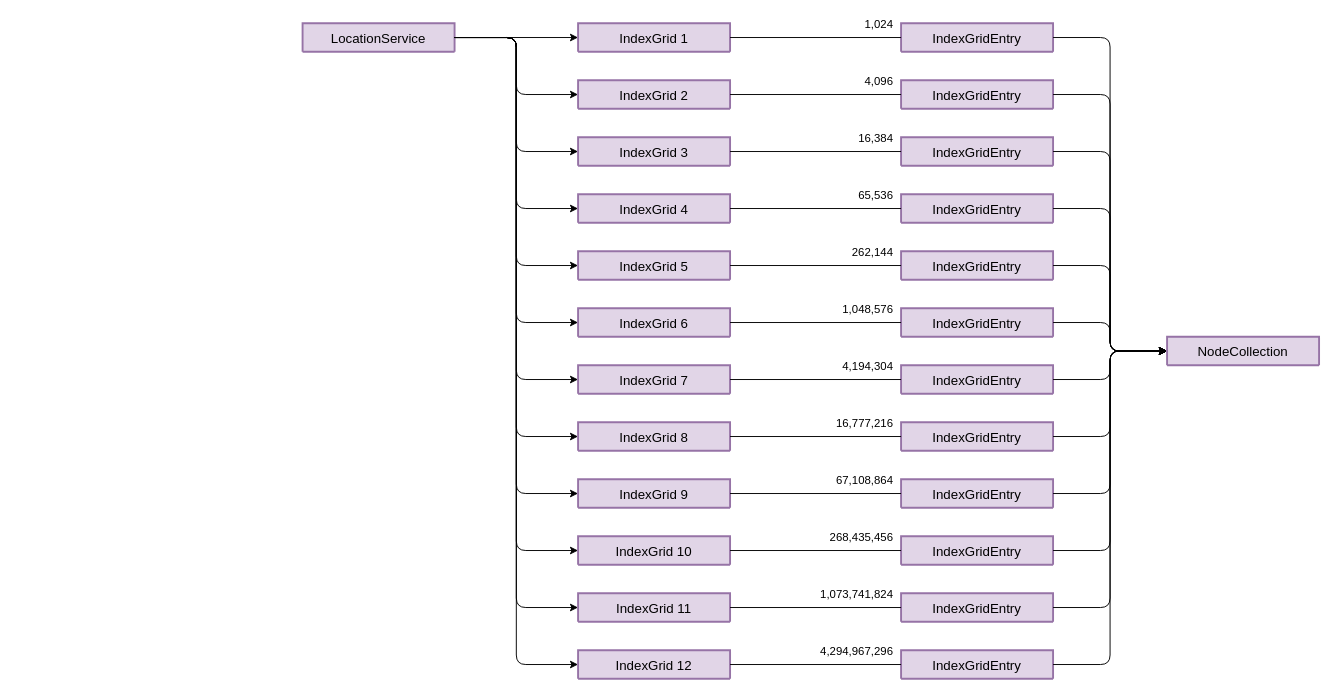
gartenkralle/geolocation-services-doc keeps this draw.io diagram as page "quad-tree" (4 of 4) of _images/architecture.drawio. Above is the earlier version. Source tidied: cells renumbered, new cells numbered last; positions are measured from the earlier drawing's top-left corner, leaving out a move shared by most shapes. Both pictures are drawn from the tidied source at 95%, with x=0, y=0 at pixel (302, 23).
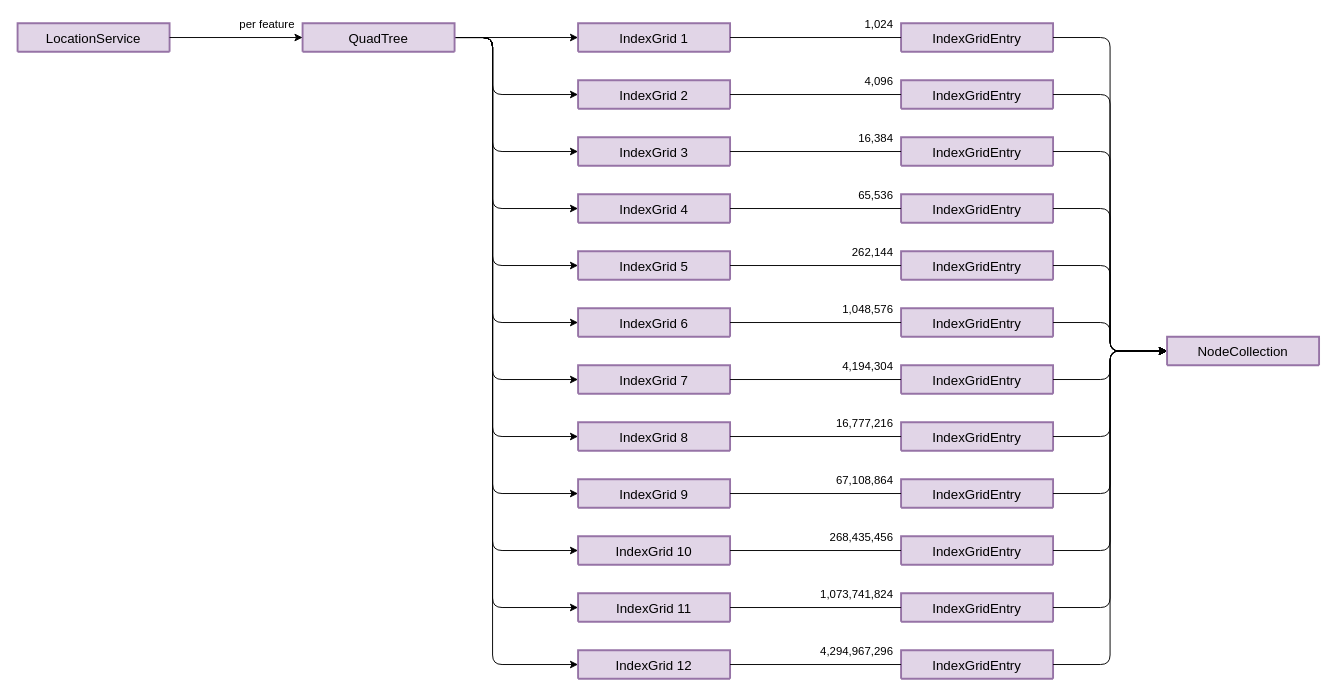
The same page after the edit.

The change refers to these unchanged cells:
```xml
<mxCell id="2" value="IndexGrid 1" style="swimlane;horizontal=1;startSize=30;rounded=1;fontSize=14;fontStyle=0;strokeWidth=2;shadow=0;dashed=0;align=center;fillColor=#e1d5e7;strokeColor=#9673a6;" parent="1" vertex="1">
  <mxGeometry x="290" width="160" height="30" as="geometry" />
</mxCell>
<mxCell id="6" value="IndexGrid 2" style="swimlane;horizontal=1;startSize=30;rounded=1;fontSize=14;fontStyle=0;strokeWidth=2;shadow=0;dashed=0;align=center;fillColor=#e1d5e7;strokeColor=#9673a6;" parent="1" vertex="1">
  <mxGeometry x="290" y="60" width="160" height="30" as="geometry" />
</mxCell>
<mxCell id="10" value="IndexGrid 3" style="swimlane;horizontal=1;startSize=30;rounded=1;fontSize=14;fontStyle=0;strokeWidth=2;shadow=0;dashed=0;align=center;fillColor=#e1d5e7;strokeColor=#9673a6;" parent="1" vertex="1">
  <mxGeometry x="290" y="120" width="160" height="30" as="geometry" />
</mxCell>
<mxCell id="14" value="IndexGrid 4" style="swimlane;horizontal=1;startSize=30;rounded=1;fontSize=14;fontStyle=0;strokeWidth=2;shadow=0;dashed=0;align=center;fillColor=#e1d5e7;strokeColor=#9673a6;" parent="1" vertex="1">
  <mxGeometry x="290" y="180" width="160" height="30" as="geometry" />
</mxCell>
<mxCell id="18" value="IndexGrid 5" style="swimlane;horizontal=1;startSize=30;rounded=1;fontSize=14;fontStyle=0;strokeWidth=2;shadow=0;dashed=0;align=center;fillColor=#e1d5e7;strokeColor=#9673a6;" parent="1" vertex="1">
  <mxGeometry x="290" y="240" width="160" height="30" as="geometry" />
</mxCell>
<mxCell id="22" value="IndexGrid 6" style="swimlane;horizontal=1;startSize=30;rounded=1;fontSize=14;fontStyle=0;strokeWidth=2;shadow=0;dashed=0;align=center;fillColor=#e1d5e7;strokeColor=#9673a6;" parent="1" vertex="1">
  <mxGeometry x="290" y="300" width="160" height="30" as="geometry" />
</mxCell>
<mxCell id="26" value="IndexGrid 7" style="swimlane;horizontal=1;startSize=30;rounded=1;fontSize=14;fontStyle=0;strokeWidth=2;shadow=0;dashed=0;align=center;fillColor=#e1d5e7;strokeColor=#9673a6;" parent="1" vertex="1">
  <mxGeometry x="290" y="360" width="160" height="30" as="geometry" />
</mxCell>
<mxCell id="30" value="IndexGrid 8" style="swimlane;horizontal=1;startSize=30;rounded=1;fontSize=14;fontStyle=0;strokeWidth=2;shadow=0;dashed=0;align=center;fillColor=#e1d5e7;strokeColor=#9673a6;" parent="1" vertex="1">
  <mxGeometry x="290" y="420" width="160" height="30" as="geometry" />
</mxCell>
<mxCell id="34" value="IndexGrid 9" style="swimlane;horizontal=1;startSize=30;rounded=1;fontSize=14;fontStyle=0;strokeWidth=2;shadow=0;dashed=0;align=center;fillColor=#e1d5e7;strokeColor=#9673a6;" parent="1" vertex="1">
  <mxGeometry x="290" y="480" width="160" height="30" as="geometry" />
</mxCell>
<mxCell id="38" value="IndexGrid 10" style="swimlane;horizontal=1;startSize=30;rounded=1;fontSize=14;fontStyle=0;strokeWidth=2;shadow=0;dashed=0;align=center;fillColor=#e1d5e7;strokeColor=#9673a6;" parent="1" vertex="1">
  <mxGeometry x="290" y="540" width="160" height="30" as="geometry" />
</mxCell>
<mxCell id="42" value="IndexGrid 11" style="swimlane;horizontal=1;startSize=30;rounded=1;fontSize=14;fontStyle=0;strokeWidth=2;shadow=0;dashed=0;align=center;fillColor=#e1d5e7;strokeColor=#9673a6;" parent="1" vertex="1">
  <mxGeometry x="290" y="600" width="160" height="30" as="geometry" />
</mxCell>
<mxCell id="46" value="IndexGrid 12" style="swimlane;horizontal=1;startSize=30;rounded=1;fontSize=14;fontStyle=0;strokeWidth=2;shadow=0;dashed=0;align=center;fillColor=#e1d5e7;strokeColor=#9673a6;" parent="1" vertex="1">
  <mxGeometry x="290" y="660" width="160" height="30" as="geometry" />
</mxCell>
```

Diff of the diagram source:
```diff
@@
     <mxCell id="50" value="LocationService" style="swimlane;horizontal=1;startSize=30;rounded=1;fontSize=14;fontStyle=0;strokeWidth=2;shadow=0;dashed=0;align=center;fillColor=#e1d5e7;strokeColor=#9673a6;" parent="1" vertex="1">
-      <mxGeometry width="160" height="30" as="geometry" />
+      <mxGeometry x="-300" width="160" height="30" as="geometry" />
     </mxCell>
-    <mxCell id="51" style="endArrow=classic;html=1;rounded=0;exitX=1;exitY=0.5;exitDx=0;exitDy=0;entryX=0;entryY=0.5;entryDx=0;entryDy=0;" parent="1" edge="1" source="50" target="2">
+    <mxCell id="51" style="endArrow=classic;html=1;rounded=0;exitX=1;exitY=0.5;exitDx=0;exitDy=0;entryX=0;entryY=0.5;entryDx=0;entryDy=0;" parent="1" edge="1" source="76" target="2">
       <mxGeometry relative="1" as="geometry" />
     </mxCell>
-    <mxCell id="52" style="endArrow=classic;html=1;rounded=1;exitX=1;exitY=0.5;exitDx=0;exitDy=0;entryX=0;entryY=0.5;entryDx=0;entryDy=0;edgeStyle=orthogonalEdgeStyle;" parent="1" edge="1" source="50" target="6">
-      <mxGeometry relative="1" as="geometry" />
+    <mxCell id="52" style="endArrow=classic;html=1;rounded=1;exitX=1;exitY=0.5;exitDx=0;exitDy=0;entryX=0;entryY=0.5;entryDx=0;entryDy=0;edgeStyle=orthogonalEdgeStyle;" parent="1" edge="1" source="76" target="6">
+      <mxGeometry relative="1" as="geometry">
+        <Array as="points">
+          <mxPoint x="200" y="15" />
+          <mxPoint x="200" y="75" />
+        </Array>
+      </mxGeometry>
     </mxCell>
-    <mxCell id="53" style="endArrow=classic;html=1;rounded=1;entryX=0;entryY=0.5;entryDx=0;entryDy=0;exitX=1;exitY=0.5;exitDx=0;exitDy=0;edgeStyle=orthogonalEdgeStyle;" parent="1" edge="1" source="50" target="10">
-      <mxGeometry relative="1" as="geometry" />
+    <mxCell id="53" style="endArrow=classic;html=1;rounded=1;entryX=0;entryY=0.5;entryDx=0;entryDy=0;exitX=1;exitY=0.5;exitDx=0;exitDy=0;edgeStyle=orthogonalEdgeStyle;" parent="1" edge="1" source="76" target="10">
+      <mxGeometry relative="1" as="geometry">
+        <Array as="points">
+          <mxPoint x="200" y="15" />
+          <mxPoint x="200" y="135" />
+        </Array>
+      </mxGeometry>
     </mxCell>
-    <mxCell id="54" style="endArrow=classic;html=1;rounded=1;entryX=0;entryY=0.5;entryDx=0;entryDy=0;exitX=1;exitY=0.5;exitDx=0;exitDy=0;edgeStyle=orthogonalEdgeStyle;" parent="1" edge="1" source="50" target="14">
-      <mxGeometry relative="1" as="geometry" />
+    <mxCell id="54" style="endArrow=classic;html=1;rounded=1;entryX=0;entryY=0.5;entryDx=0;entryDy=0;exitX=1;exitY=0.5;exitDx=0;exitDy=0;edgeStyle=orthogonalEdgeStyle;" parent="1" edge="1" source="76" target="14">
+      <mxGeometry relative="1" as="geometry">
+        <Array as="points">
+          <mxPoint x="200" y="15" />
+          <mxPoint x="200" y="195" />
+        </Array>
+      </mxGeometry>
     </mxCell>
-    <mxCell id="55" style="endArrow=classic;html=1;rounded=1;entryX=0;entryY=0.5;entryDx=0;entryDy=0;exitX=1;exitY=0.5;exitDx=0;exitDy=0;edgeStyle=orthogonalEdgeStyle;" parent="1" edge="1" source="50" target="18">
-      <mxGeometry relative="1" as="geometry" />
+    <mxCell id="55" style="endArrow=classic;html=1;rounded=1;entryX=0;entryY=0.5;entryDx=0;entryDy=0;exitX=1;exitY=0.5;exitDx=0;exitDy=0;edgeStyle=orthogonalEdgeStyle;" parent="1" edge="1" source="76" target="18">
+      <mxGeometry relative="1" as="geometry">
+        <Array as="points">
+          <mxPoint x="200" y="15" />
+          <mxPoint x="200" y="255" />
+        </Array>
+      </mxGeometry>
     </mxCell>
-    <mxCell id="56" style="endArrow=classic;html=1;rounded=1;entryX=0;entryY=0.5;entryDx=0;entryDy=0;exitX=1;exitY=0.5;exitDx=0;exitDy=0;edgeStyle=orthogonalEdgeStyle;" parent="1" edge="1" source="50" target="22">
-      <mxGeometry relative="1" as="geometry" />
+    <mxCell id="56" style="endArrow=classic;html=1;rounded=1;entryX=0;entryY=0.5;entryDx=0;entryDy=0;exitX=1;exitY=0.5;exitDx=0;exitDy=0;edgeStyle=orthogonalEdgeStyle;" parent="1" edge="1" source="76" target="22">
+      <mxGeometry relative="1" as="geometry">
+        <Array as="points">
+          <mxPoint x="200" y="15" />
+          <mxPoint x="200" y="315" />
+        </Array>
+      </mxGeometry>
     </mxCell>
-    <mxCell id="57" style="endArrow=classic;html=1;rounded=1;entryX=0;entryY=0.5;entryDx=0;entryDy=0;exitX=1;exitY=0.5;exitDx=0;exitDy=0;edgeStyle=orthogonalEdgeStyle;" parent="1" edge="1" source="50" target="26">
-      <mxGeometry relative="1" as="geometry" />
+    <mxCell id="57" style="endArrow=classic;html=1;rounded=1;entryX=0;entryY=0.5;entryDx=0;entryDy=0;exitX=1;exitY=0.5;exitDx=0;exitDy=0;edgeStyle=orthogonalEdgeStyle;" parent="1" edge="1" source="76" target="26">
+      <mxGeometry relative="1" as="geometry">
+        <Array as="points">
+          <mxPoint x="200" y="15" />
+          <mxPoint x="200" y="375" />
+        </Array>
+      </mxGeometry>
     </mxCell>
-    <mxCell id="58" style="endArrow=classic;html=1;rounded=1;entryX=0;entryY=0.5;entryDx=0;entryDy=0;exitX=1;exitY=0.5;exitDx=0;exitDy=0;edgeStyle=orthogonalEdgeStyle;" parent="1" edge="1" source="50" target="30">
-      <mxGeometry relative="1" as="geometry" />
+    <mxCell id="58" style="endArrow=classic;html=1;rounded=1;entryX=0;entryY=0.5;entryDx=0;entryDy=0;exitX=1;exitY=0.5;exitDx=0;exitDy=0;edgeStyle=orthogonalEdgeStyle;" parent="1" edge="1" source="76" target="30">
+      <mxGeometry relative="1" as="geometry">
+        <Array as="points">
+          <mxPoint x="200" y="15" />
+          <mxPoint x="200" y="435" />
+        </Array>
+      </mxGeometry>
     </mxCell>
-    <mxCell id="59" style="endArrow=classic;html=1;rounded=1;entryX=0;entryY=0.5;entryDx=0;entryDy=0;exitX=1;exitY=0.5;exitDx=0;exitDy=0;edgeStyle=orthogonalEdgeStyle;" parent="1" edge="1" source="50" target="34">
-      <mxGeometry relative="1" as="geometry" />
+    <mxCell id="59" style="endArrow=classic;html=1;rounded=1;entryX=0;entryY=0.5;entryDx=0;entryDy=0;exitX=1;exitY=0.5;exitDx=0;exitDy=0;edgeStyle=orthogonalEdgeStyle;" parent="1" edge="1" source="76" target="34">
+      <mxGeometry relative="1" as="geometry">
+        <Array as="points">
+          <mxPoint x="200" y="15" />
+          <mxPoint x="200" y="495" />
+        </Array>
+      </mxGeometry>
     </mxCell>
-    <mxCell id="60" style="endArrow=classic;html=1;rounded=1;entryX=0;entryY=0.5;entryDx=0;entryDy=0;exitX=1;exitY=0.5;exitDx=0;exitDy=0;edgeStyle=orthogonalEdgeStyle;" parent="1" edge="1" source="50" target="38">
-      <mxGeometry relative="1" as="geometry" />
+    <mxCell id="60" style="endArrow=classic;html=1;rounded=1;entryX=0;entryY=0.5;entryDx=0;entryDy=0;exitX=1;exitY=0.5;exitDx=0;exitDy=0;edgeStyle=orthogonalEdgeStyle;" parent="1" edge="1" source="76" target="38">
+      <mxGeometry relative="1" as="geometry">
+        <Array as="points">
+          <mxPoint x="200" y="15" />
+          <mxPoint x="200" y="555" />
+        </Array>
+      </mxGeometry>
     </mxCell>
-    <mxCell id="61" style="endArrow=classic;html=1;rounded=1;entryX=0;entryY=0.5;entryDx=0;entryDy=0;exitX=1;exitY=0.5;exitDx=0;exitDy=0;edgeStyle=orthogonalEdgeStyle;" parent="1" edge="1" source="50" target="42">
-      <mxGeometry relative="1" as="geometry" />
+    <mxCell id="61" style="endArrow=classic;html=1;rounded=1;entryX=0;entryY=0.5;entryDx=0;entryDy=0;exitX=1;exitY=0.5;exitDx=0;exitDy=0;edgeStyle=orthogonalEdgeStyle;" parent="1" edge="1" source="76" target="42">
+      <mxGeometry relative="1" as="geometry">
+        <Array as="points">
+          <mxPoint x="200" y="15" />
+          <mxPoint x="200" y="615" />
+        </Array>
+      </mxGeometry>
     </mxCell>
-    <mxCell id="62" style="endArrow=classic;html=1;rounded=1;entryX=0;entryY=0.5;entryDx=0;entryDy=0;exitX=1;exitY=0.5;exitDx=0;exitDy=0;edgeStyle=orthogonalEdgeStyle;" parent="1" edge="1" source="50" target="46">
-      <mxGeometry relative="1" as="geometry" />
+    <mxCell id="62" style="endArrow=classic;html=1;rounded=1;entryX=0;entryY=0.5;entryDx=0;entryDy=0;exitX=1;exitY=0.5;exitDx=0;exitDy=0;edgeStyle=orthogonalEdgeStyle;" parent="1" edge="1" source="76" target="46">
+      <mxGeometry relative="1" as="geometry">
+        <Array as="points">
+          <mxPoint x="200" y="15" />
+          <mxPoint x="200" y="675" />
+        </Array>
+      </mxGeometry>
     </mxCell>
@@
+    <mxCell id="76" value="QuadTree" style="swimlane;horizontal=1;startSize=30;rounded=1;fontSize=14;fontStyle=0;strokeWidth=2;shadow=0;dashed=0;align=center;fillColor=#e1d5e7;strokeColor=#9673a6;" parent="1" vertex="1">
+      <mxGeometry width="160" height="30" as="geometry" />
+    </mxCell>
+    <mxCell id="77" style="endArrow=classic;html=1;rounded=0;exitX=1;exitY=0.5;exitDx=0;exitDy=0;entryX=0;entryY=0.5;entryDx=0;entryDy=0;" parent="1" edge="1" source="50" target="76">
+      <mxGeometry relative="1" as="geometry" />
+    </mxCell>
+    <mxCell id="78" value="per feature" style="html=1;align=right;verticalAlign=bottom;direction=south;spacingRight=-2;spacingBottom=6;" parent="1" vertex="1">
+      <mxGeometry x="-10" y="15" as="geometry" />
+    </mxCell>
```
